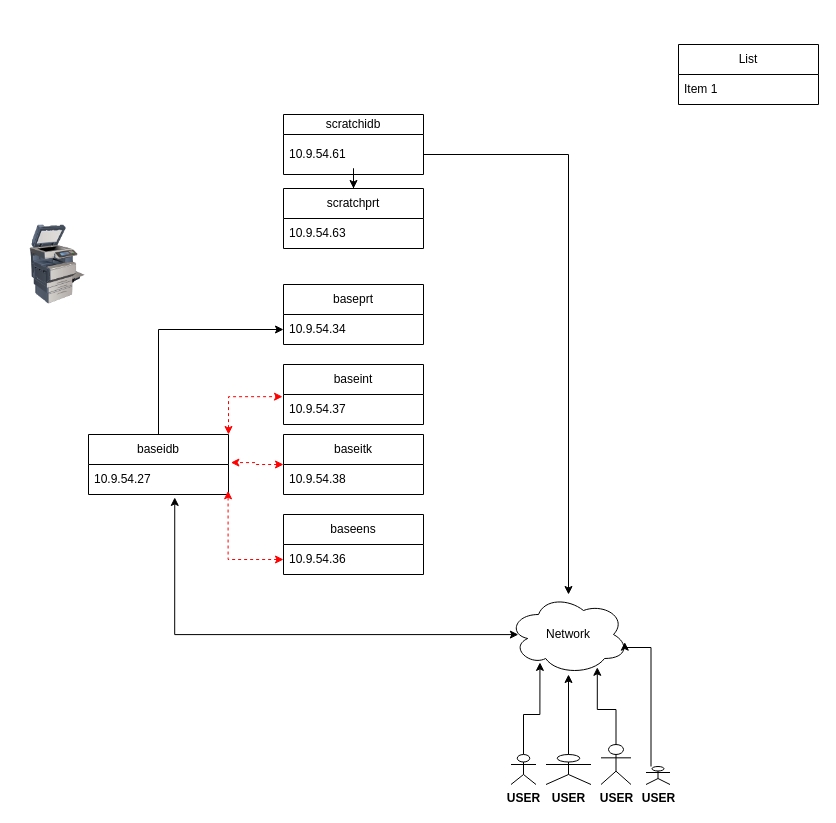
Before: page "Trak Scratch/Base/Train" (3 of 5) of trak.drawio in auchmon/auchmon, a draw.io diagram. Source tidied: cells renumbered, new cells numbered last; positions are measured from the earlier drawing's top-left corner, leaving out a move shared by most shapes. Both pictures are drawn from the tidied source at 100%, with x=0, y=0 at pixel (17, 44).
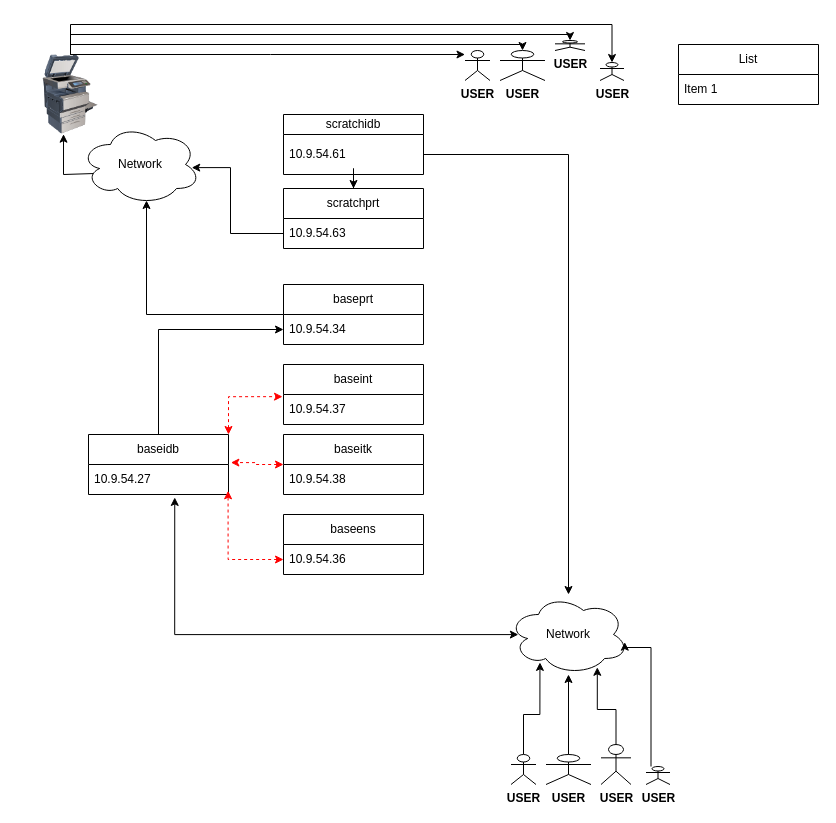
Above is the later version.

The change refers to these unchanged cells:
```xml
<mxCell id="6" value="10.9.54.63" style="text;strokeColor=none;fillColor=none;align=left;verticalAlign=middle;spacingLeft=4;spacingRight=4;overflow=hidden;points=[[0,0.5],[1,0.5]];portConstraint=eastwest;whiteSpace=wrap;html=1;" parent="5" vertex="1">
  <mxGeometry y="30" width="140" height="30" as="geometry" />
</mxCell>
<mxCell id="11" value="baseprt" style="swimlane;fontStyle=0;horizontal=1;startSize=30;whiteSpace=wrap;html=1;" parent="1" vertex="1">
  <mxGeometry x="266" y="240" width="140" height="60" as="geometry" />
</mxCell>
```

Change to the diagram source:
```diff
@@
+    <mxCell id="36" style="edgeStyle=orthogonalEdgeStyle;rounded=0;jettySize=auto;html=1;entryX=0.55;entryY=0.95;entryDx=0;entryDy=0;entryPerimeter=0;" parent="1" edge="1" source="11" target="39">
+      <mxGeometry relative="1" as="geometry" />
+    </mxCell>
@@
     <mxCell id="24" style="image;html=1;image=img/lib/clip_art/computers/Printer_Commercial_128x128.png;" parent="1" vertex="1">
-      <mxGeometry y="180" width="80" height="80" as="geometry" />
+      <mxGeometry x="13" y="10" width="80" height="80" as="geometry" />
     </mxCell>
@@
+    <mxCell id="37" style="edgeStyle=orthogonalEdgeStyle;rounded=0;jettySize=auto;html=1;entryX=0.927;entryY=0.539;entryDx=0;entryDy=0;entryPerimeter=0;" parent="1" edge="1" source="6" target="39">
+      <mxGeometry relative="1" as="geometry">
+        <Array as="points">
+          <mxPoint x="213" y="189" />
+          <mxPoint x="213" y="123" />
+        </Array>
+      </mxGeometry>
+    </mxCell>
+    <mxCell id="38" style="edgeStyle=orthogonalEdgeStyle;rounded=0;jettySize=auto;html=1;entryX=0.413;entryY=0.996;entryDx=0;entryDy=0;entryPerimeter=0;exitX=0.109;exitY=0.613;exitDx=0;exitDy=0;exitPerimeter=0;" parent="1" edge="1" source="39" target="24">
+      <mxGeometry relative="1" as="geometry">
+        <Array as="points">
+          <mxPoint x="46" y="130" />
+        </Array>
+      </mxGeometry>
+    </mxCell>
+    <mxCell id="39" value="Network" style="ellipse;shape=cloud;whiteSpace=wrap;html=1;" parent="1" vertex="1">
+      <mxGeometry x="63" y="80" width="120" height="80" as="geometry" />
+    </mxCell>
+    <mxCell id="40" style="edgeStyle=orthogonalEdgeStyle;rounded=0;jettySize=auto;html=1;entryX=0.5;entryY=0;entryDx=0;entryDy=0;startArrow=classic;startFill=1;endArrow=none;endFill=0;" parent="1" edge="1" source="41" target="24">
+      <mxGeometry relative="1" as="geometry">
+        <Array as="points">
+          <mxPoint x="505" />
+          <mxPoint x="53" />
+        </Array>
+      </mxGeometry>
+    </mxCell>
+    <mxCell id="41" value="&lt;b&gt;USER&lt;/b&gt;" style="shape=umlActor;verticalLabelPosition=bottom;verticalAlign=top;html=1;outlineConnect=0;" parent="1" vertex="1">
+      <mxGeometry x="482.5" y="6" width="45" height="30" as="geometry" />
+    </mxCell>
+    <mxCell id="42" style="edgeStyle=orthogonalEdgeStyle;rounded=0;jettySize=auto;html=1;startArrow=classic;startFill=1;endArrow=none;endFill=0;" parent="1" edge="1" source="43" target="24">
+      <mxGeometry relative="1" as="geometry">
+        <Array as="points">
+          <mxPoint x="594" y="-20" />
+          <mxPoint x="53" y="-20" />
+        </Array>
+      </mxGeometry>
+    </mxCell>
+    <mxCell id="43" value="&lt;b&gt;USER&lt;/b&gt;" style="shape=umlActor;verticalLabelPosition=bottom;verticalAlign=top;html=1;outlineConnect=0;" parent="1" vertex="1">
+      <mxGeometry x="582.5" y="18" width="24" height="18" as="geometry" />
+    </mxCell>
+    <mxCell id="44" style="edgeStyle=orthogonalEdgeStyle;rounded=0;jettySize=auto;html=1;entryX=0.5;entryY=0;entryDx=0;entryDy=0;startArrow=classic;startFill=1;endArrow=none;endFill=0;" parent="1" edge="1" source="45" target="24">
+      <mxGeometry relative="1" as="geometry">
+        <Array as="points">
+          <mxPoint x="253" y="10" />
+          <mxPoint x="253" y="10" />
+        </Array>
+      </mxGeometry>
+    </mxCell>
+    <mxCell id="45" value="&lt;b&gt;USER&lt;/b&gt;" style="shape=umlActor;verticalLabelPosition=bottom;verticalAlign=top;html=1;outlineConnect=0;" parent="1" vertex="1">
+      <mxGeometry x="447.5" y="6" width="25" height="30" as="geometry" />
+    </mxCell>
+    <mxCell id="46" style="edgeStyle=orthogonalEdgeStyle;rounded=0;jettySize=auto;html=1;startArrow=classic;startFill=1;endArrow=none;endFill=0;" parent="1" edge="1" source="47" target="24">
+      <mxGeometry relative="1" as="geometry">
+        <Array as="points">
+          <mxPoint x="553" y="-10" />
+          <mxPoint x="53" y="-10" />
+        </Array>
+      </mxGeometry>
+    </mxCell>
+    <mxCell id="47" value="&lt;b&gt;USER&lt;/b&gt;" style="shape=umlActor;verticalLabelPosition=bottom;verticalAlign=top;html=1;outlineConnect=0;" parent="1" vertex="1">
+      <mxGeometry x="537.5" y="-4" width="30" height="10" as="geometry" />
+    </mxCell>
```
